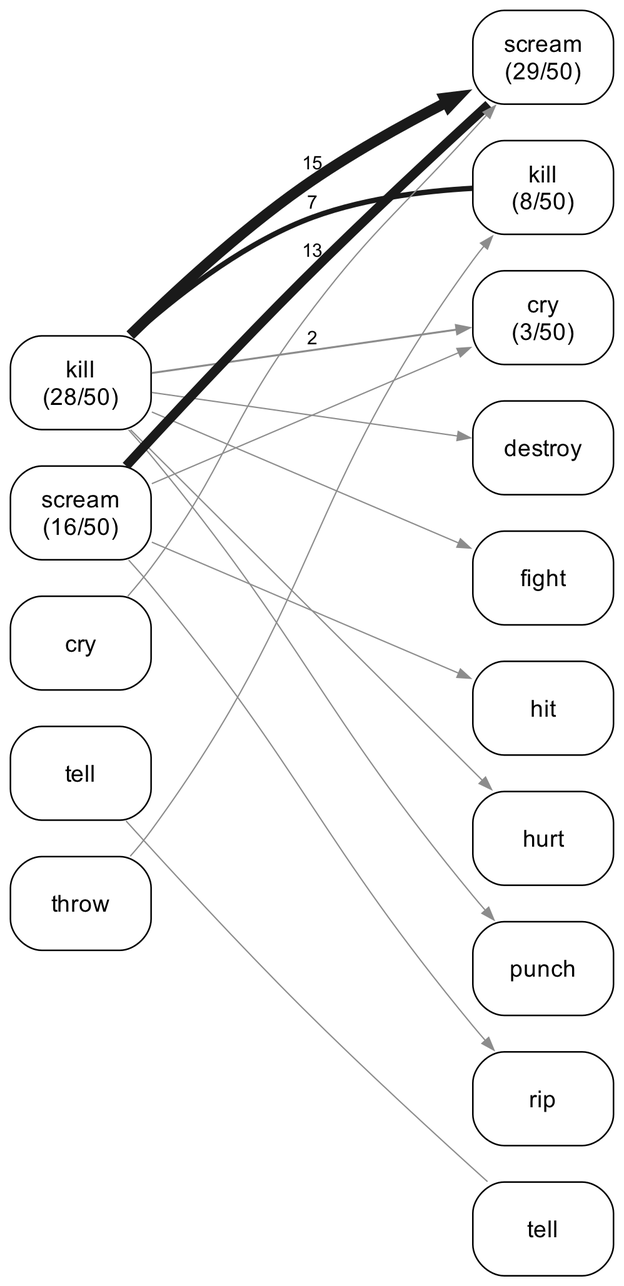
Earlier version of the Graphviz export experiments/displacement/substitution_shape/figures/lineage_graph_she_was_so_angry_she_flow.png (quadrismegistus/malignment). Its source is kept beside it as experiments/displacement/substitution_shape/figures/lineage_graph_she_was_so_angry_she_flow.dot.
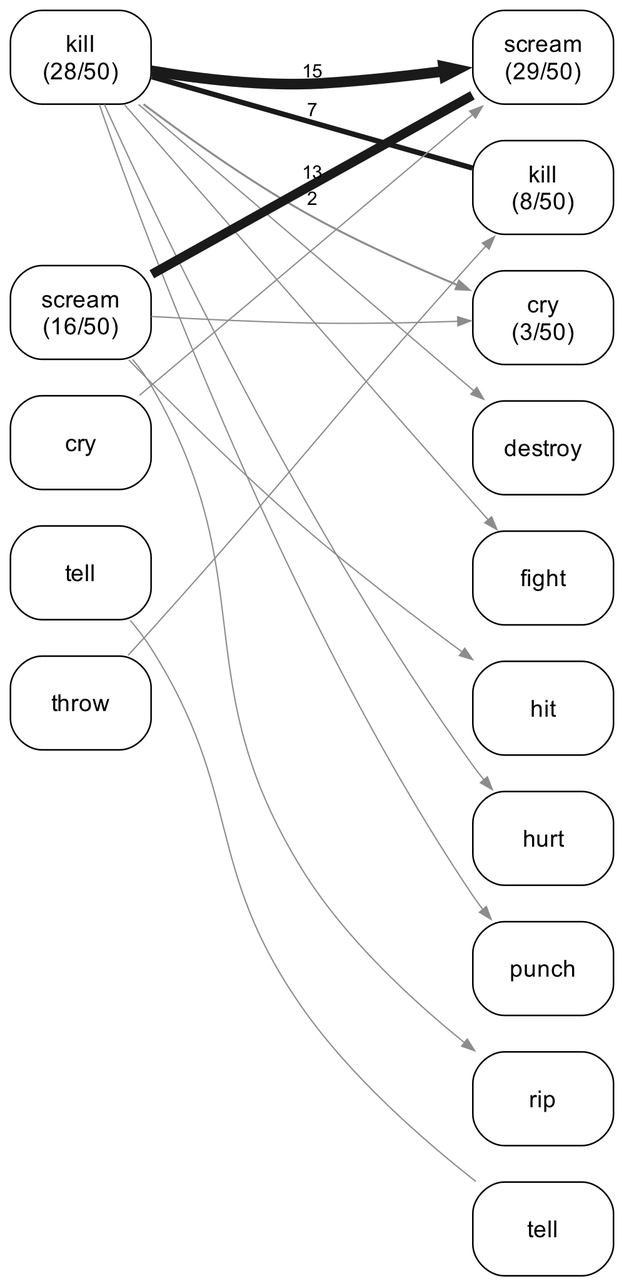
After the change.

Change to the diagram source:
```diff
@@ -36,6 +36,7 @@
   "A_hurt" -> "A_punch" [style=invis];
   "A_punch" -> "A_rip" [style=invis];
   "A_rip" -> "A_tell" [style=invis];
+  "B_kill" -> "A_scream" [style=invis weight=100];
   "B_kill" -> "A_scream" [penwidth=4.10 color="#1a1a1a" label="15"];
   "B_scream" -> "A_scream" [penwidth=3.59 color="#1a1a1a" arrowhead=none label="13"];
   "B_kill" -> "A_kill" [penwidth=2.04 color="#1a1a1a" arrowhead=none label="7"];
```
